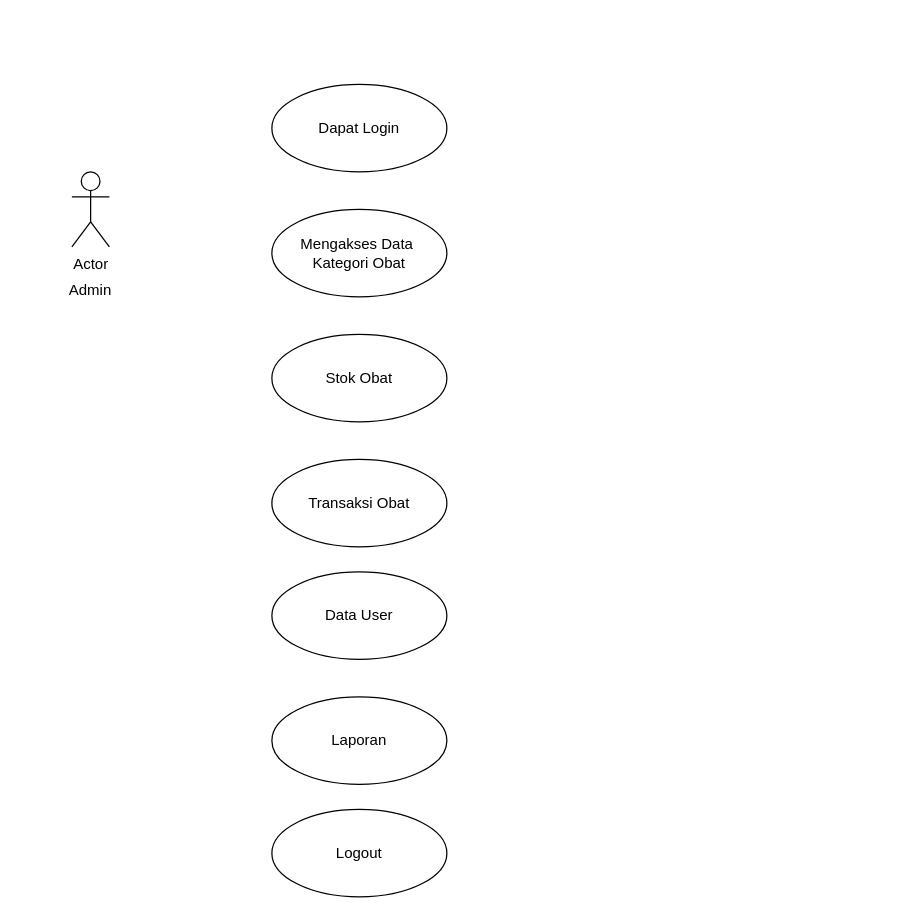
edinaing/WP2_JupriNainggolan keeps this draw.io diagram as Untitled Diagram.drawio. Above is the earlier version. Source tidied: cells renumbered, new cells numbered last; positions are measured from the earlier drawing's top-left corner, leaving out a move shared by most shapes. Both pictures are drawn from the tidied source at 125%, with x=0, y=0 at pixel (52, 84).
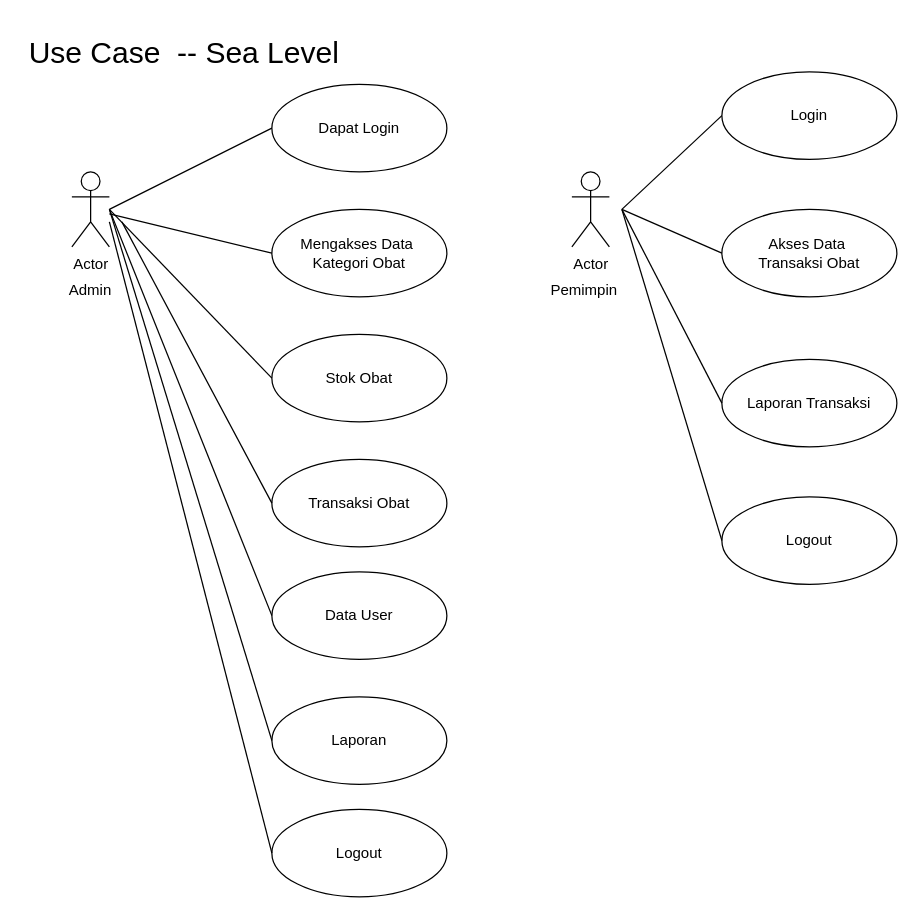
The same diagram, later.

Unchanged cells that the change refers to:
```xml
<mxCell id="2" value="Actor" style="shape=umlActor;verticalLabelPosition=bottom;verticalAlign=top;html=1;" parent="1" vertex="1">
  <mxGeometry x="15" y="70" width="30" height="60" as="geometry" />
</mxCell>
<mxCell id="3" value="Dapat Login" style="ellipse;whiteSpace=wrap;html=1;" parent="1" vertex="1">
  <mxGeometry x="175" width="140" height="70" as="geometry" />
</mxCell>
<mxCell id="5" value="Stok Obat" style="ellipse;whiteSpace=wrap;html=1;" parent="1" vertex="1">
  <mxGeometry x="175" y="200" width="140" height="70" as="geometry" />
</mxCell>
<mxCell id="6" value="Mengakses Data&amp;nbsp;&lt;br&gt;Kategori Obat" style="ellipse;whiteSpace=wrap;html=1;" parent="1" vertex="1">
  <mxGeometry x="175" y="100" width="140" height="70" as="geometry" />
</mxCell>
<mxCell id="7" value="Transaksi Obat" style="ellipse;whiteSpace=wrap;html=1;" parent="1" vertex="1">
  <mxGeometry x="175" y="300" width="140" height="70" as="geometry" />
</mxCell>
<mxCell id="8" value="Data User" style="ellipse;whiteSpace=wrap;html=1;" parent="1" vertex="1">
  <mxGeometry x="175" y="390" width="140" height="70" as="geometry" />
</mxCell>
<mxCell id="9" value="Laporan" style="ellipse;whiteSpace=wrap;html=1;" parent="1" vertex="1">
  <mxGeometry x="175" y="490" width="140" height="70" as="geometry" />
</mxCell>
<mxCell id="10" value="Logout" style="ellipse;whiteSpace=wrap;html=1;" parent="1" vertex="1">
  <mxGeometry x="175" y="580" width="140" height="70" as="geometry" />
</mxCell>
```

Change to the diagram source:
```diff
@@
+    <mxCell id="11" style="endArrow=none;html=1;rounded=0;entryX=0;entryY=0.5;entryDx=0;entryDy=0;" parent="1" edge="1" target="3">
+      <mxGeometry relative="1" as="geometry">
+        <mxPoint x="45" y="100" as="sourcePoint" />
+      </mxGeometry>
+    </mxCell>
+    <mxCell id="12" style="endArrow=none;html=1;rounded=0;entryX=0;entryY=0.5;entryDx=0;entryDy=0;" parent="1" edge="1" source="2" target="6">
+      <mxGeometry relative="1" as="geometry" />
+    </mxCell>
+    <mxCell id="13" style="endArrow=none;html=1;rounded=0;entryX=0;entryY=0.5;entryDx=0;entryDy=0;" parent="1" edge="1" target="5">
+      <mxGeometry relative="1" as="geometry">
+        <mxPoint x="45" y="100" as="sourcePoint" />
+      </mxGeometry>
+    </mxCell>
+    <mxCell id="14" style="endArrow=none;html=1;rounded=0;entryX=0;entryY=0.5;entryDx=0;entryDy=0;" parent="1" edge="1" target="7">
+      <mxGeometry relative="1" as="geometry">
+        <mxPoint x="55" y="110" as="sourcePoint" />
+      </mxGeometry>
+    </mxCell>
+    <mxCell id="15" style="endArrow=none;html=1;rounded=0;entryX=0;entryY=0.5;entryDx=0;entryDy=0;" parent="1" edge="1" target="8">
+      <mxGeometry relative="1" as="geometry">
+        <mxPoint x="45" y="100" as="sourcePoint" />
+      </mxGeometry>
+    </mxCell>
+    <mxCell id="16" style="endArrow=none;html=1;rounded=0;entryX=0;entryY=0.5;entryDx=0;entryDy=0;" parent="1" edge="1" target="9">
+      <mxGeometry relative="1" as="geometry">
+        <mxPoint x="45" y="100" as="sourcePoint" />
+      </mxGeometry>
+    </mxCell>
+    <mxCell id="17" style="endArrow=none;html=1;rounded=0;entryX=0;entryY=0.5;entryDx=0;entryDy=0;" parent="1" edge="1" target="10">
+      <mxGeometry relative="1" as="geometry">
+        <mxPoint x="45" y="110" as="sourcePoint" />
+      </mxGeometry>
+    </mxCell>
+    <mxCell id="18" value="Actor" style="shape=umlActor;verticalLabelPosition=bottom;verticalAlign=top;html=1;" parent="1" vertex="1">
+      <mxGeometry x="415" y="70" width="30" height="60" as="geometry" />
+    </mxCell>
+    <mxCell id="19" value="Login" style="ellipse;whiteSpace=wrap;html=1;" parent="1" vertex="1">
+      <mxGeometry x="535" y="-10" width="140" height="70" as="geometry" />
+    </mxCell>
+    <mxCell id="20" value="Akses Data&amp;nbsp;&lt;br&gt;Transaksi Obat" style="ellipse;whiteSpace=wrap;html=1;" parent="1" vertex="1">
+      <mxGeometry x="535" y="100" width="140" height="70" as="geometry" />
+    </mxCell>
+    <mxCell id="21" value="Laporan Transaksi" style="ellipse;whiteSpace=wrap;html=1;" parent="1" vertex="1">
+      <mxGeometry x="535" y="220" width="140" height="70" as="geometry" />
+    </mxCell>
+    <mxCell id="22" value="Logout" style="ellipse;whiteSpace=wrap;html=1;" parent="1" vertex="1">
+      <mxGeometry x="535" y="330" width="140" height="70" as="geometry" />
+    </mxCell>
+    <mxCell id="23" style="endArrow=none;html=1;rounded=0;entryX=0;entryY=0.5;entryDx=0;entryDy=0;" parent="1" edge="1" target="19">
+      <mxGeometry relative="1" as="geometry">
+        <mxPoint x="455" y="100" as="sourcePoint" />
+      </mxGeometry>
+    </mxCell>
+    <mxCell id="24" style="endArrow=none;html=1;rounded=0;entryX=0;entryY=0.5;entryDx=0;entryDy=0;" parent="1" edge="1" target="20">
+      <mxGeometry relative="1" as="geometry">
+        <mxPoint x="455" y="100" as="sourcePoint" />
+      </mxGeometry>
+    </mxCell>
+    <mxCell id="25" style="endArrow=none;html=1;rounded=0;entryX=0;entryY=0.5;entryDx=0;entryDy=0;" parent="1" edge="1" target="21">
+      <mxGeometry relative="1" as="geometry">
+        <mxPoint x="455" y="100" as="sourcePoint" />
+      </mxGeometry>
+    </mxCell>
+    <mxCell id="26" style="endArrow=none;html=1;rounded=0;entryX=0;entryY=0.5;entryDx=0;entryDy=0;" parent="1" edge="1" target="22">
+      <mxGeometry relative="1" as="geometry">
+        <mxPoint x="455" y="100" as="sourcePoint" />
+      </mxGeometry>
+    </mxCell>
+    <mxCell id="27" value="Pemimpin&lt;br&gt;" style="text;strokeColor=none;align=center;fillColor=none;html=1;verticalAlign=middle;whiteSpace=wrap;rounded=0;" parent="1" vertex="1">
+      <mxGeometry x="395" y="150" width="60" height="30" as="geometry" />
+    </mxCell>
+    <mxCell id="28" value="&lt;font style=&quot;font-size: 24px;&quot;&gt;Use Case&amp;nbsp; -- Sea Level&lt;/font&gt;" style="text;strokeColor=none;align=center;fillColor=none;html=1;verticalAlign=middle;whiteSpace=wrap;rounded=0;" parent="1" vertex="1">
+      <mxGeometry x="-25" y="-50" width="260" height="50" as="geometry" />
+    </mxCell>
```
